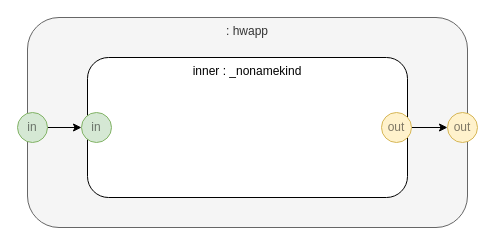
Earlier version of the draw.io diagram page "hwapp" (1 of 3) of hello.drawio (guitarvydas/diagrams-as-syntax). Source tidied: cells renumbered, new cells numbered last; positions are measured from the earlier drawing's top-left corner, leaving out a move shared by most shapes. Both pictures are drawn from the tidied source at 100%, with x=0, y=0 at pixel (17, 17).
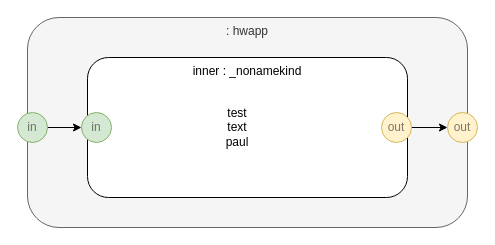
After the change.

What changed in the source:
```diff
@@
 <mxGraphModel>
   <root>
     <mxCell id="0" />
     <mxCell id="1" parent="0" />
     <mxCell id="2" value=": hwapp" style="rounded=1;whiteSpace=wrap;html=1;verticalAlign=top;fillColor=#f5f5f5;strokeColor=#666666;fontColor=#333333;" parent="1" vertex="1">
       <mxGeometry x="10" width="440" height="210" as="geometry" />
     </mxCell>
     <mxCell id="3" value="inner : _nonamekind" style="rounded=1;whiteSpace=wrap;html=1;verticalAlign=top;" parent="1" vertex="1">
       <mxGeometry x="70" y="40" width="320" height="140" as="geometry" />
     </mxCell>
     <mxCell id="4" value="out" style="ellipse;whiteSpace=wrap;html=1;fillColor=#fff2cc;align=center;strokeColor=#d6b656;textOpacity=50;" parent="1" vertex="1">
       <mxGeometry x="430" y="95" width="30" height="30" as="geometry" />
     </mxCell>
     <mxCell id="5" style="edgeStyle=orthogonalEdgeStyle;rounded=0;jettySize=auto;html=1;exitX=1;exitY=0.5;exitDx=0;exitDy=0;entryX=0;entryY=0.5;entryDx=0;entryDy=0;" parent="1" edge="1" source="6" target="7">
       <mxGeometry relative="1" as="geometry" />
     </mxCell>
     <mxCell id="6" value="in" style="ellipse;whiteSpace=wrap;html=1;fillColor=#d5e8d4;align=center;strokeColor=#82b366;textOpacity=50;" parent="1" vertex="1">
       <mxGeometry y="95" width="30" height="30" as="geometry" />
     </mxCell>
     <mxCell id="7" value="in" style="ellipse;whiteSpace=wrap;html=1;fillColor=#d5e8d4;align=center;strokeColor=#82b366;textOpacity=50;" parent="1" vertex="1">
       <mxGeometry x="64" y="95" width="30" height="30" as="geometry" />
     </mxCell>
     <mxCell id="8" style="edgeStyle=orthogonalEdgeStyle;rounded=0;jettySize=auto;html=1;exitX=1;exitY=0.5;exitDx=0;exitDy=0;" parent="1" edge="1" source="9" target="4">
       <mxGeometry relative="1" as="geometry" />
     </mxCell>
     <mxCell id="9" value="out" style="ellipse;whiteSpace=wrap;html=1;fillColor=#fff2cc;align=center;strokeColor=#d6b656;textOpacity=50;" parent="1" vertex="1">
       <mxGeometry x="364" y="95" width="30" height="30" as="geometry" />
     </mxCell>
+    <mxCell id="10" value="test text paul" style="text;html=1;strokeColor=none;fillColor=none;align=center;verticalAlign=middle;whiteSpace=wrap;rounded=0;" parent="1" vertex="1">
+      <mxGeometry x="200" y="100" width="40" height="20" as="geometry" />
+    </mxCell>
   </root>
 </mxGraphModel>
```
